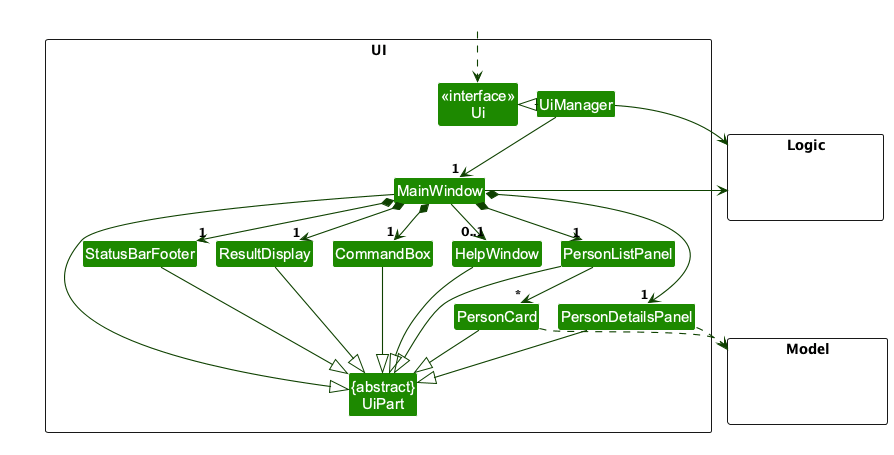
Above: docs/images/UiClassDiagram.png in AY2627S1-CS2103T-F09-2a/tp (PlantUML), before the change. Source of this version:
```plantuml
@startuml
!include style.puml
skinparam arrowThickness 1.1
skinparam arrowColor UI_COLOR_T4
skinparam classBackgroundColor UI_COLOR

package UI <<Rectangle>>{
Class "<<interface>>\nUi" as Ui
Class "{abstract}\nUiPart" as UiPart
Class UiManager
Class MainWindow
Class HelpWindow
Class ResultDisplay
Class PersonListPanel
Class PersonDetailsPanel
Class PersonCard
Class StatusBarFooter
Class CommandBox
}

package Model <<Rectangle>> {
Class HiddenModel #FFFFFF
}

package Logic <<Rectangle>> {
Class HiddenLogic #FFFFFF
}

Class HiddenOutside #FFFFFF
HiddenOutside ..> Ui

UiManager .left.|> Ui
UiManager -down-> "1" MainWindow
MainWindow *-down->  "1" CommandBox
MainWindow *-down-> "1" ResultDisplay
MainWindow *-down-> "1" PersonListPanel
MainWindow *-down-> "1" PersonDetailsPanel
MainWindow *-down-> "1" StatusBarFooter
MainWindow --> "0..1" HelpWindow

PersonListPanel -down-> "*" PersonCard

MainWindow -left-|> UiPart

ResultDisplay --|> UiPart
CommandBox --|> UiPart
PersonListPanel --|> UiPart
PersonDetailsPanel --|> UiPart
PersonCard --|> UiPart
StatusBarFooter --|> UiPart
HelpWindow --|> UiPart

PersonCard ..> Model
PersonDetailsPanel ..> Model
UiManager -right-> Logic
MainWindow -left-> Logic

PersonListPanel -[hidden]left- HelpWindow
HelpWindow -[hidden]left- CommandBox
CommandBox -[hidden]left- ResultDisplay
ResultDisplay -[hidden]left- StatusBarFooter

MainWindow -[hidden]-|> UiPart
@enduml
```
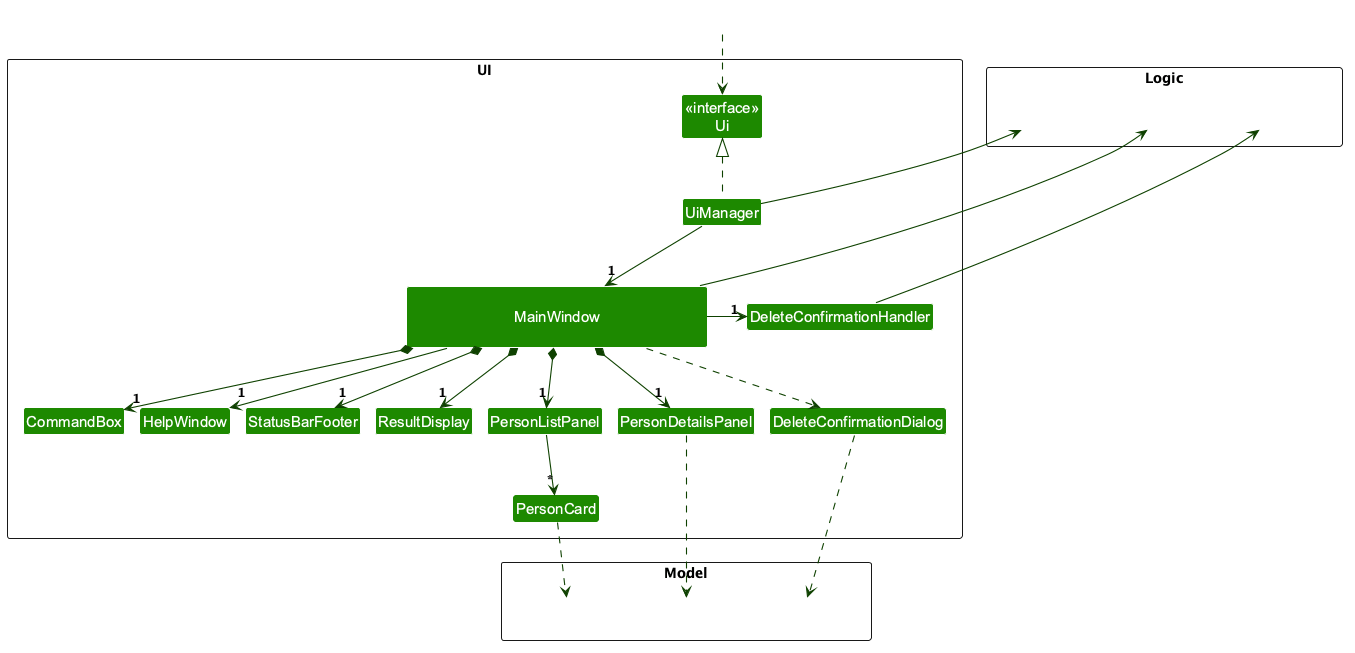
Above is the later version.

Diff of the diagram source:
```diff
@@ -3,12 +3,13 @@
 skinparam arrowThickness 1.1
 skinparam arrowColor UI_COLOR_T4
 skinparam classBackgroundColor UI_COLOR
+skinparam groupInheritance 2
+skinparam nodesep 15
 
 package UI <<Rectangle>>{
 Class "<<interface>>\nUi" as Ui
-Class "{abstract}\nUiPart" as UiPart
 Class UiManager
-Class MainWindow
+Class " \n                         MainWindow                         \n " as MainWindow
 Class HelpWindow
 Class ResultDisplay
 Class PersonListPanel
@@ -16,49 +17,50 @@
 Class PersonCard
 Class StatusBarFooter
 Class CommandBox
+Class DeleteConfirmationHandler
+Class DeleteConfirmationDialog
 }
 
 package Model <<Rectangle>> {
-Class HiddenModel #FFFFFF
+Class HiddenModel1 #FFFFFF
+Class HiddenModel2 #FFFFFF
+Class HiddenModel3 #FFFFFF
 }
 
 package Logic <<Rectangle>> {
-Class HiddenLogic #FFFFFF
+Class HiddenLogic1 #FFFFFF
+Class HiddenLogic2 #FFFFFF
+Class HiddenLogic3 #FFFFFF
 }
 
 Class HiddenOutside #FFFFFF
 HiddenOutside ..> Ui
 
-UiManager .left.|> Ui
-UiManager -down-> "1" MainWindow
-MainWindow *-down->  "1" CommandBox
-MainWindow *-down-> "1" ResultDisplay
-MainWindow *-down-> "1" PersonListPanel
-MainWindow *-down-> "1" PersonDetailsPanel
-MainWindow *-down-> "1" StatusBarFooter
-MainWindow --> "0..1" HelpWindow
-
-PersonListPanel -down-> "*" PersonCard
-
-MainWindow -left-|> UiPart
-
-ResultDisplay --|> UiPart
-CommandBox --|> UiPart
-PersonListPanel --|> UiPart
-PersonDetailsPanel --|> UiPart
-PersonCard --|> UiPart
-StatusBarFooter --|> UiPart
-HelpWindow --|> UiPart
-
-PersonCard ..> Model
-PersonDetailsPanel ..> Model
-UiManager -right-> Logic
-MainWindow -left-> Logic
-
-PersonListPanel -[hidden]left- HelpWindow
-HelpWindow -[hidden]left- CommandBox
-CommandBox -[hidden]left- ResultDisplay
-ResultDisplay -[hidden]left- StatusBarFooter
-
-MainWindow -[hidden]-|> UiPart
+Ui <|.. UiManager
+UiManager --> "1" MainWindow
+UiManager -up-> HiddenLogic1
+MainWindow *--> "1" CommandBox
+MainWindow --> "1" HelpWindow
+MainWindow *--> "1" StatusBarFooter
+MainWindow *--> "1" ResultDisplay
+MainWindow *--> "1" PersonListPanel
+MainWindow *--> "1" PersonDetailsPanel
+PersonListPanel --> "*" PersonCard
+MainWindow -up-> HiddenLogic2
+PersonCard ..> HiddenModel1
+PersonDetailsPanel ..> HiddenModel2
+MainWindow -right-> "1" DeleteConfirmationHandler
+MainWindow ..> DeleteConfirmationDialog
+DeleteConfirmationHandler -up-> HiddenLogic3
+DeleteConfirmationDialog ..> HiddenModel3
+CommandBox -[hidden]right- HelpWindow
+HelpWindow -[hidden]right- StatusBarFooter
+StatusBarFooter -[hidden]right- ResultDisplay
+ResultDisplay -[hidden]right- PersonListPanel
+PersonListPanel -[hidden]right- PersonDetailsPanel
+PersonDetailsPanel -[hidden]right- DeleteConfirmationDialog
+HiddenModel1 -[hidden]right- HiddenModel2
+HiddenModel2 -[hidden]right- HiddenModel3
+HiddenLogic1 -[hidden]right- HiddenLogic2
+HiddenLogic2 -[hidden]right- HiddenLogic3
 @enduml
```
